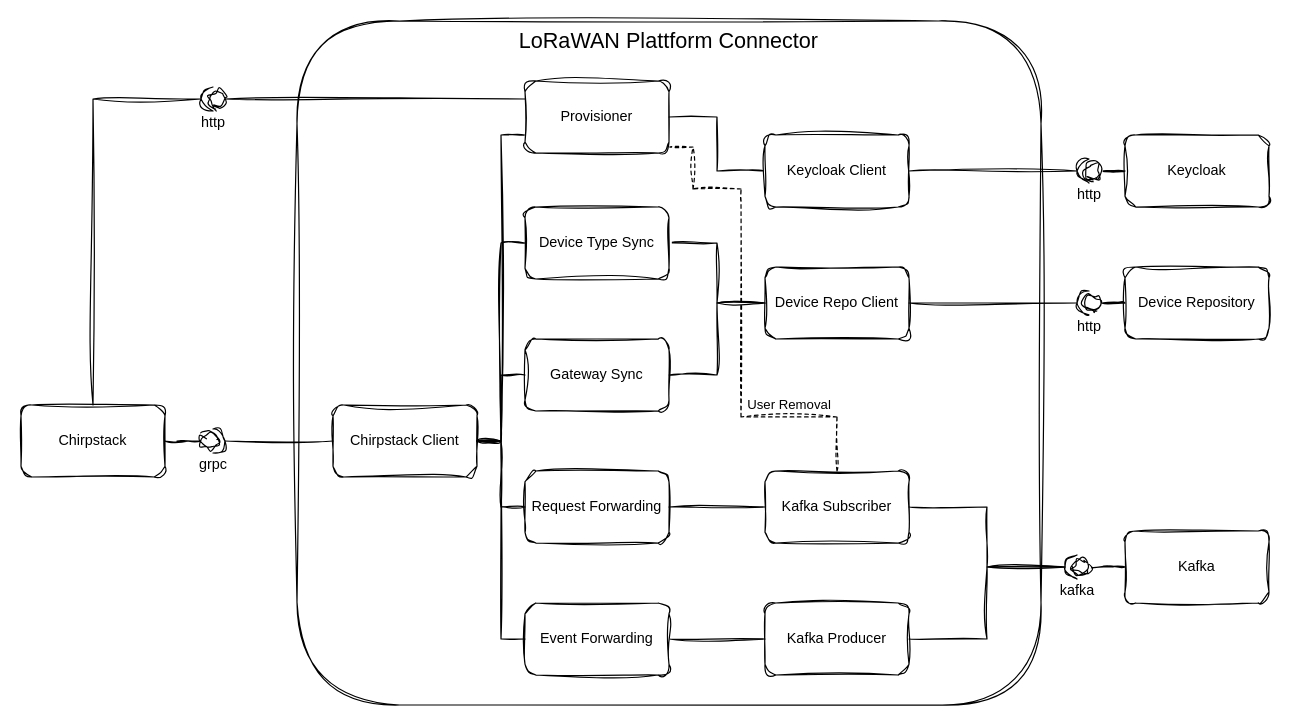
This is page "architecture" (1 of 3) of docs/architecture.drawio from SENERGY-Platform/lorawan-platform-connector, a draw.io file, before an edit. Source tidied: cells renumbered, new cells numbered last; positions are measured from the earlier drawing's top-left corner, leaving out a move shared by most shapes. Both pictures are drawn from the tidied source at 120%, with x=0, y=0 at pixel (20, 20).
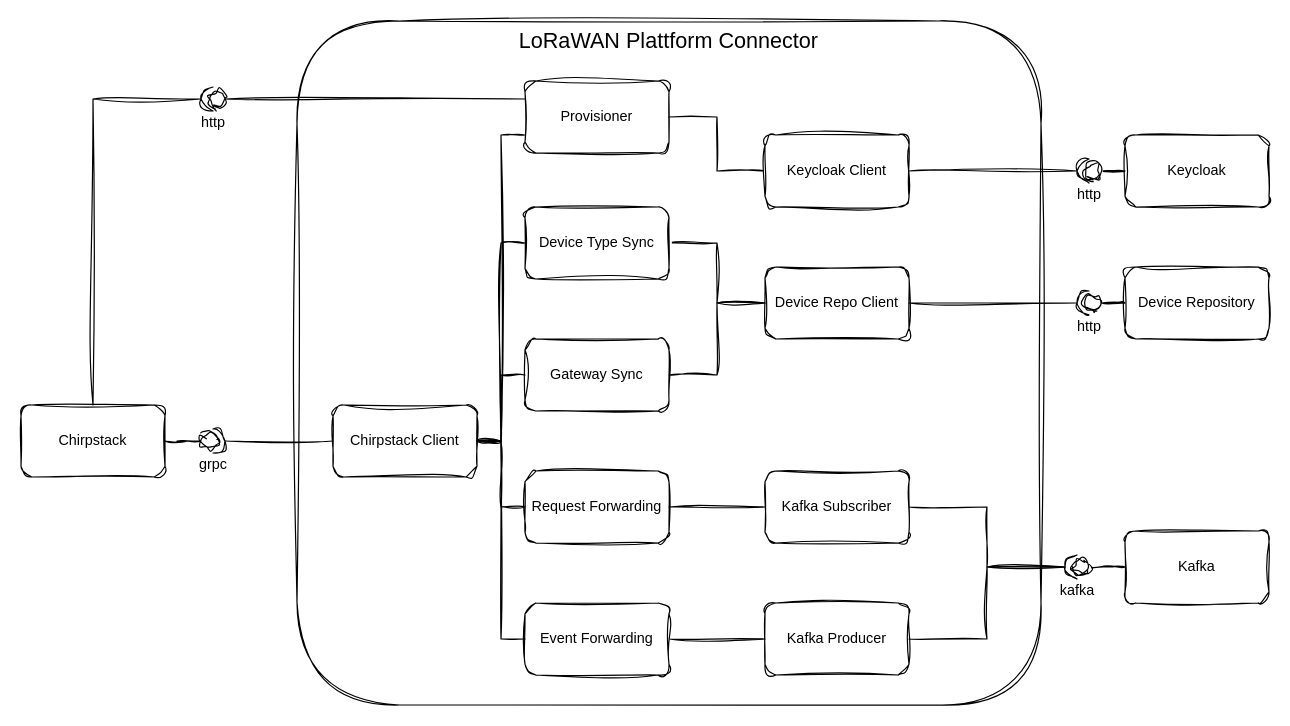
The same diagram, later.

The change refers to these unchanged cells:
```xml
<mxCell id="24" value="Kafka Subscriber" style="rounded=1;whiteSpace=wrap;html=1;sketch=1;curveFitting=1;jiggle=2;" parent="1" vertex="1">
  <mxGeometry x="620" y="375" width="120" height="60" as="geometry" />
</mxCell>
<mxCell id="34" value="Provisioner" style="rounded=1;whiteSpace=wrap;html=1;sketch=1;curveFitting=1;jiggle=2;" parent="1" vertex="1">
  <mxGeometry x="420" y="50" width="120" height="60" as="geometry" />
</mxCell>
```

The edit, as a diff of the source:
```diff
@@
-    <mxCell id="3" value="User Removal" style="edgeStyle=orthogonalEdgeStyle;rounded=0;jettySize=auto;html=1;dashed=1;endArrow=none;endFill=0;sketch=1;curveFitting=1;jiggle=2;" parent="1" edge="1" target="34">
-      <mxGeometry x="-1" y="-175" relative="1" as="geometry">
-        <mxPoint x="600" y="150" as="sourcePoint" />
-        <Array as="points">
-          <mxPoint x="600" y="140" />
-          <mxPoint x="560" y="140" />
-          <mxPoint x="560" y="105" />
-        </Array>
-        <mxPoint x="-135" y="170" as="offset" />
-      </mxGeometry>
-    </mxCell>
@@
-    <mxCell id="41" style="edgeStyle=orthogonalEdgeStyle;rounded=0;jettySize=auto;html=1;dashed=1;endArrow=none;endFill=0;sketch=1;curveFitting=1;jiggle=2;" parent="1" edge="1" source="24">
-      <mxGeometry x="-0.89" relative="1" as="geometry">
-        <mxPoint x="600" y="150" as="targetPoint" />
-        <Array as="points">
-          <mxPoint x="680" y="330" />
-          <mxPoint x="600" y="330" />
-        </Array>
-      </mxGeometry>
-    </mxCell>
```
